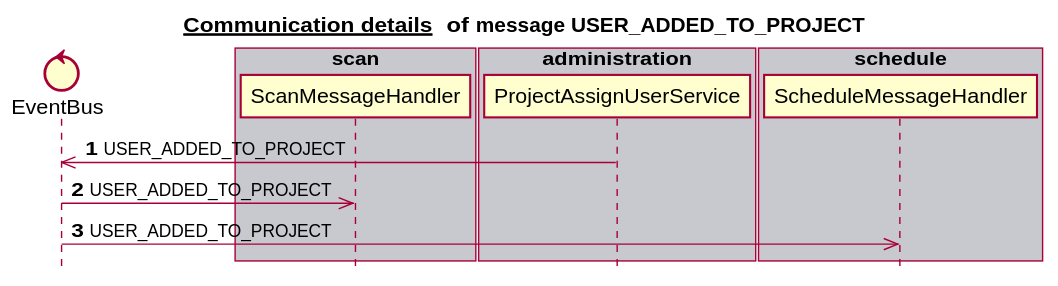
This is docs/latest/images/gen_domain_messaging_user_added_to_project.svg from mercedes-benz/sechub, a PlantUML export, as it was before one commit.
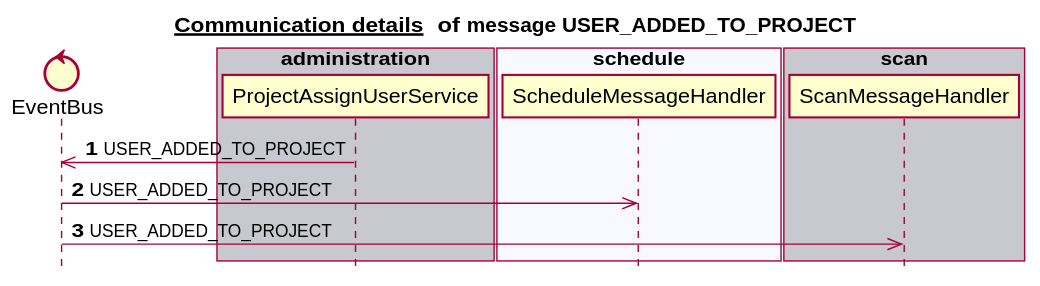
The same diagram one commit later.

The edit, as a diff of the source:
```diff
@@ -6,23 +6,23 @@
 
 
 control EventBus
-box "scan" #C8C8CF
-   participant ScanMessageHandler
+box "notification" #C8C8CF
 end box
 box "authorization" #F8F8FF
 end box
 box "administration" #C8C8CF
    participant ProjectAssignUserService
 end box
-box "notification" #F8F8FF
+box "schedule" #F8F8FF
+   participant ScheduleMessageHandler
 end box
-box "schedule" #C8C8CF
-   participant ScheduleMessageHandler
+box "scan" #C8C8CF
+   participant ScanMessageHandler
 end box
 autonumber 1
 ProjectAssignUserService ->> EventBus:USER_ADDED_TO_PROJECT
+EventBus ->> ScheduleMessageHandler:USER_ADDED_TO_PROJECT
 EventBus ->> ScanMessageHandler:USER_ADDED_TO_PROJECT
-EventBus ->> ScheduleMessageHandler:USER_ADDED_TO_PROJECT
 autonumber stop
 
 
```
